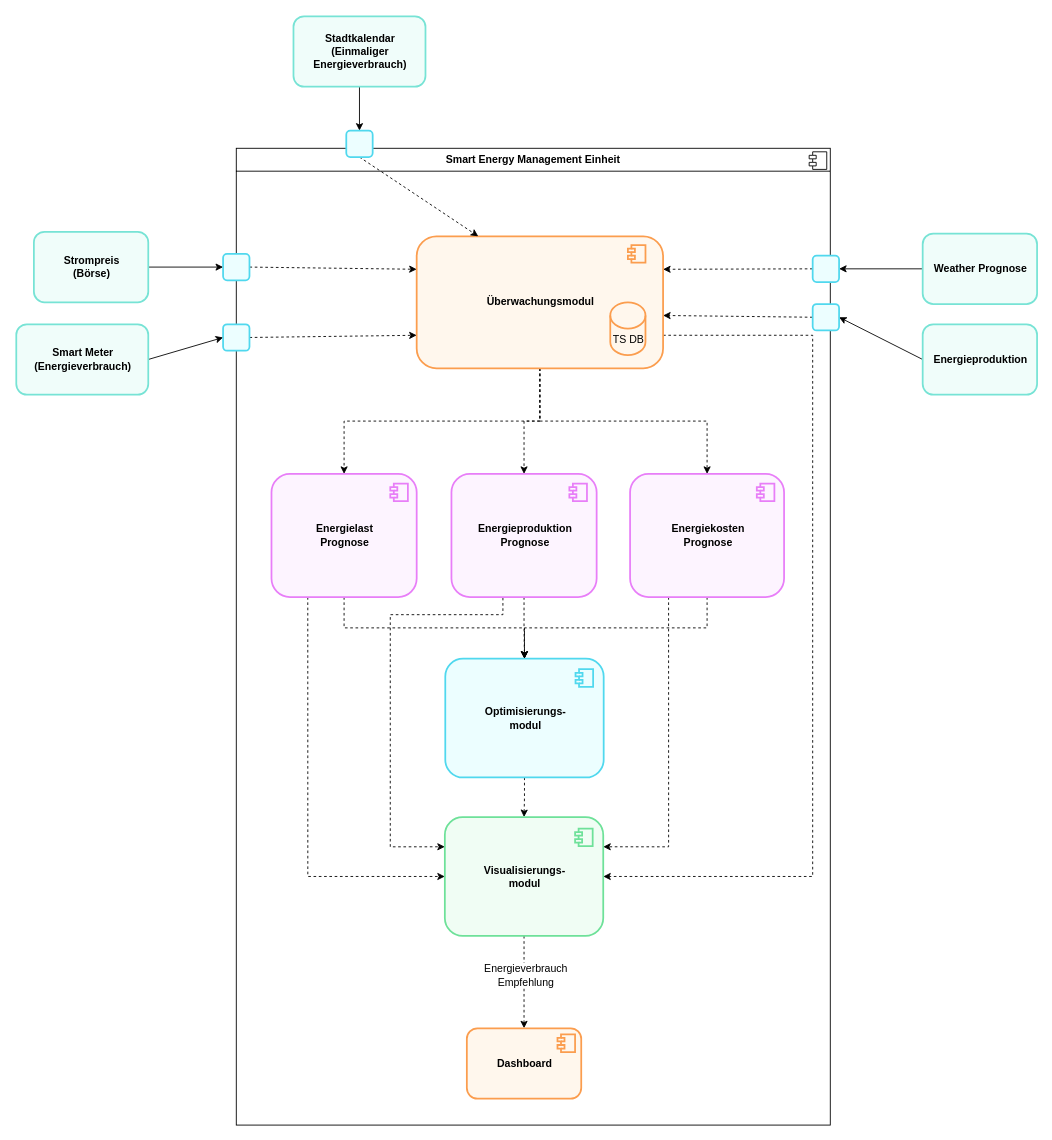
This is SA/graphs/BuildingBlockView.drawio from endorivium/informational-mastery, a draw.io file, before an edit. Source tidied: cells renumbered, new cells numbered last; positions are measured from the earlier drawing's top-left corner, leaving out a move shared by most shapes. Both pictures are drawn from the tidied source at 88%, with x=0, y=0 at pixel (16, 16).
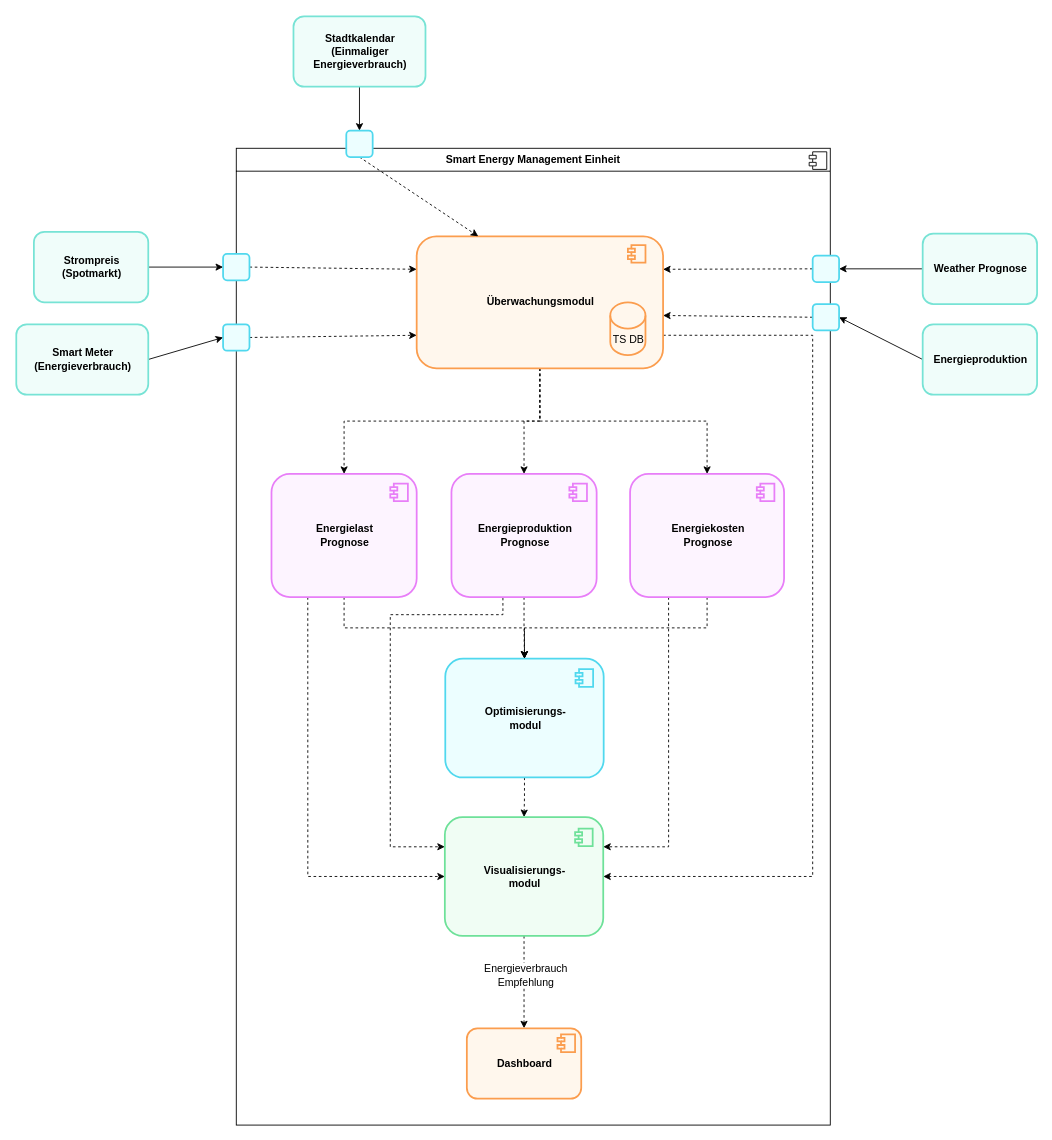
Above is the later version.

Change to the diagram source:
```diff
@@
-    <mxCell id="26" value="&lt;b&gt;&lt;font&gt;Strompreis&lt;/font&gt;&lt;/b&gt;&lt;div&gt;&lt;b&gt;&lt;font&gt;(Börse)&lt;/font&gt;&lt;/b&gt;&lt;/div&gt;" style="html=1;whiteSpace=wrap;strokeColor=light-dark(#77e3d5, #46a8af);align=center;verticalAlign=middle;spacingLeft=2;fontFamily=Helvetica;fontSize=12;fontStyle=0;fillColor=light-dark(#f0fdfa, #ededed);rounded=1;fontColor=default;strokeWidth=2;" parent="1" vertex="1">
+    <mxCell id="26" value="&lt;b&gt;&lt;font&gt;Strompreis&lt;/font&gt;&lt;/b&gt;&lt;div&gt;&lt;b&gt;&lt;font&gt;(Spotmarkt)&lt;/font&gt;&lt;/b&gt;&lt;/div&gt;" style="html=1;whiteSpace=wrap;strokeColor=light-dark(#77e3d5, #46a8af);align=center;verticalAlign=middle;spacingLeft=2;fontFamily=Helvetica;fontSize=12;fontStyle=0;fillColor=light-dark(#f0fdfa, #ededed);rounded=1;fontColor=default;strokeWidth=2;" parent="1" vertex="1">
       <mxGeometry x="20" y="245" width="130" height="80" as="geometry" />
     </mxCell>
```
